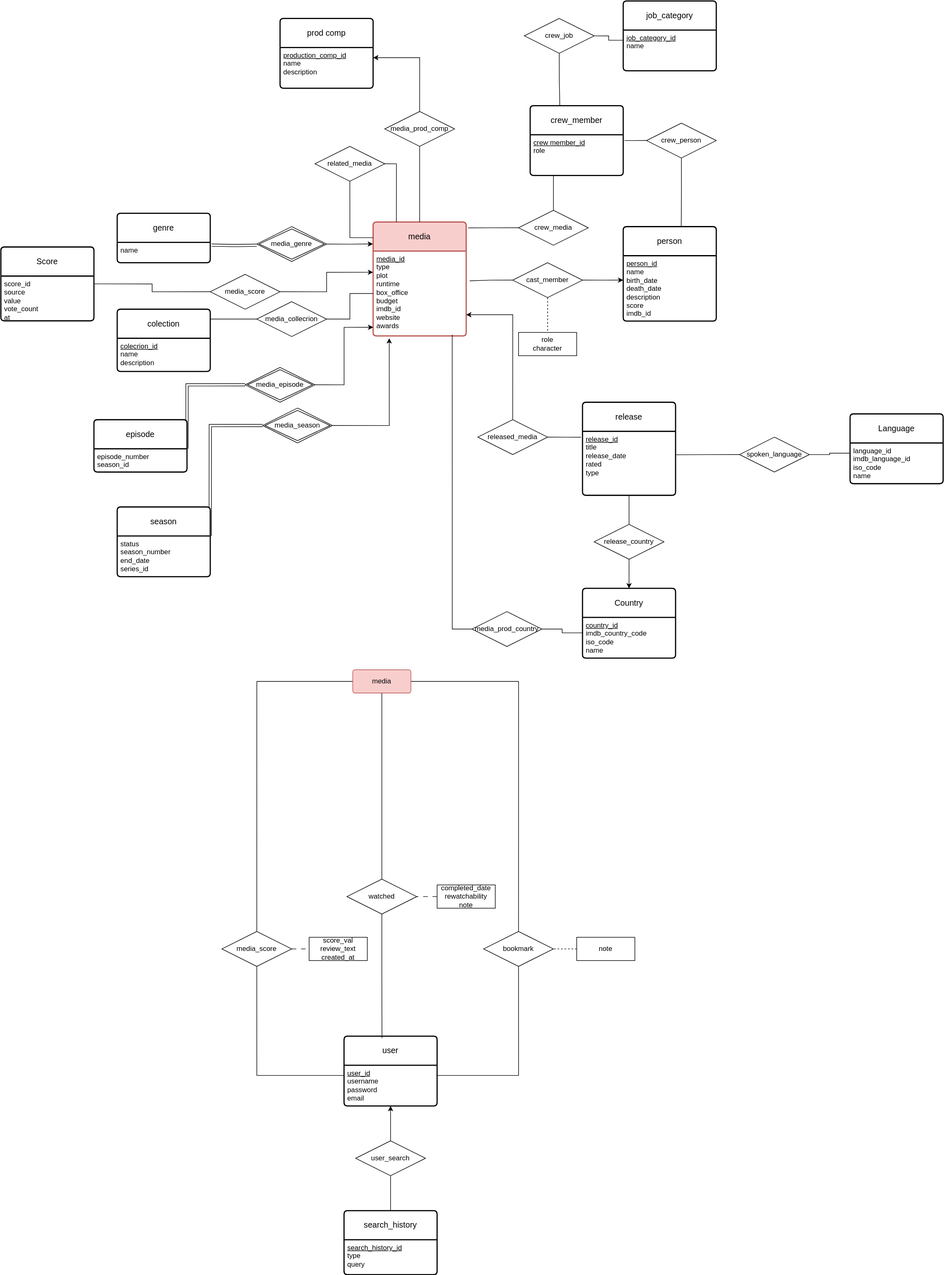
This is ER_diagram_handmade.drawio.svg from RUC-MSc-CS-CIT-2024/portfolio_subproject_1, a draw.io export, as it was before one commit. Source tidied: cells renumbered, new cells last; positions are measured from the earlier drawing's top-left corner, leaving out a move shared by most shapes.
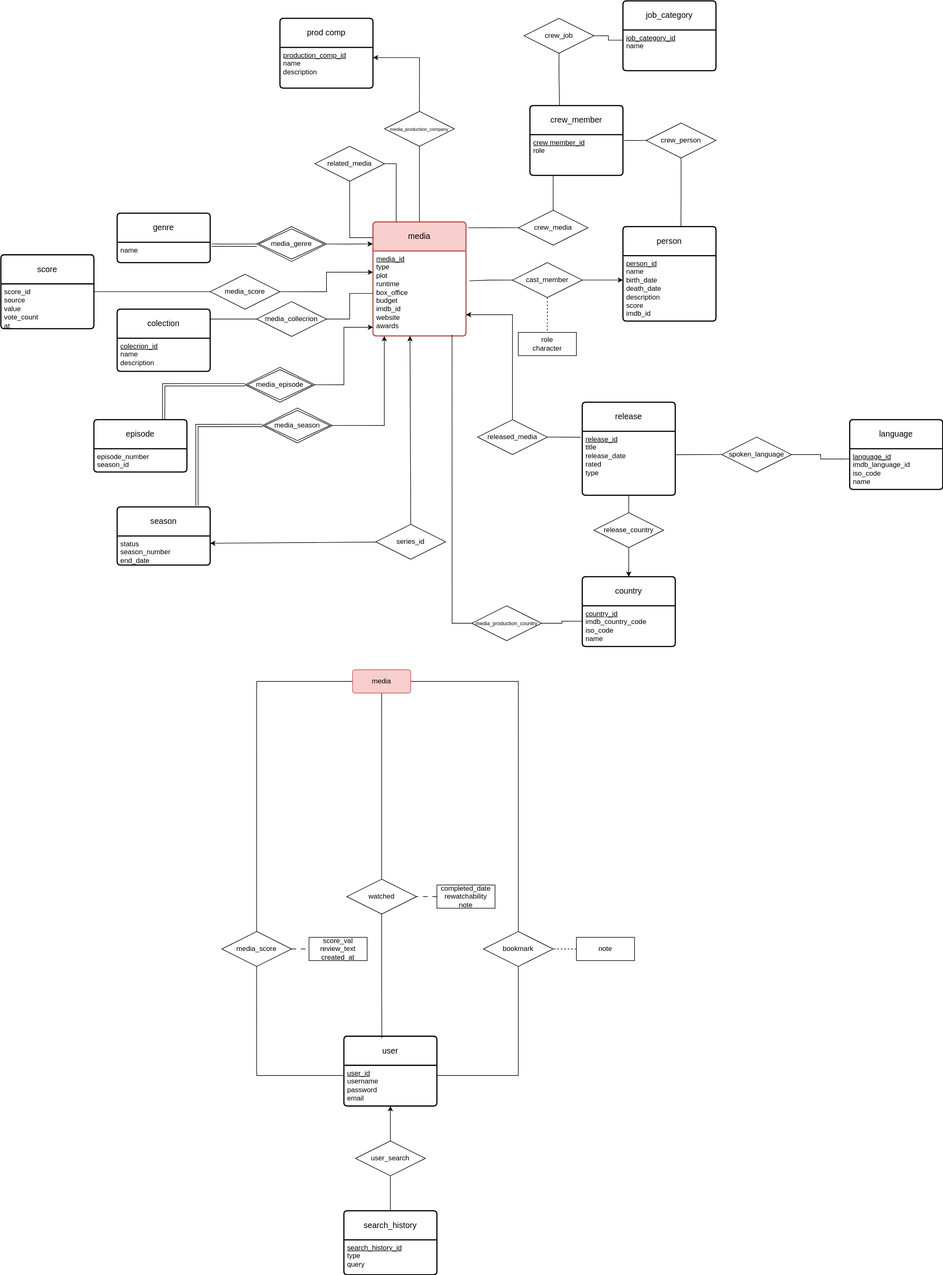
The same diagram one commit later.

Commit message:
Fixing of diagram, removing capital letters and adding a relation for series_id, renaming relations to match the correct names

The edit, as a diff of the source:
```diff
@@ -6,6 +6,10 @@
       <mxGeometry relative="1" as="geometry">
         <mxPoint x="440" y="420" as="sourcePoint" />
         <mxPoint x="362.6" y="419.8" as="targetPoint" />
+        <Array as="points">
+          <mxPoint x="380" y="420" />
+          <mxPoint x="380" y="420" />
+        </Array>
       </mxGeometry>
     </mxCell>
     <mxCell id="3" value="media_genre" style="shape=rhombus;double=1;perimeter=rhombusPerimeter;whiteSpace=wrap;html=1;align=center;" parent="1" vertex="1">
@@ -17,19 +21,19 @@
     <mxCell id="5" style="edgeStyle=orthogonalEdgeStyle;rounded=0;jettySize=auto;html=1;exitX=0;exitY=0.5;exitDx=0;exitDy=0;entryX=1;entryY=0;entryDx=0;entryDy=0;endArrow=none;endFill=0;" parent="1" edge="1" source="4" target="21">
       <mxGeometry relative="1" as="geometry" />
     </mxCell>
-    <mxCell id="6" style="edgeStyle=orthogonalEdgeStyle;rounded=0;jettySize=auto;html=1;exitX=0;exitY=0.5;exitDx=0;exitDy=0;entryX=1;entryY=0;entryDx=0;entryDy=0;endArrow=classic;endFill=1;shape=link;" parent="1" edge="1" source="7" target="25">
+    <mxCell id="6" style="edgeStyle=orthogonalEdgeStyle;rounded=0;jettySize=auto;html=1;exitX=0;exitY=0.5;exitDx=0;exitDy=0;entryX=0.75;entryY=0;entryDx=0;entryDy=0;endArrow=classic;endFill=1;shape=link;" parent="1" edge="1" source="7" target="24">
       <mxGeometry relative="1" as="geometry" />
     </mxCell>
     <mxCell id="7" value="media_episode" style="shape=rhombus;double=1;perimeter=rhombusPerimeter;whiteSpace=wrap;html=1;align=center;" parent="1" vertex="1">
       <mxGeometry x="420" y="630" width="120" height="60" as="geometry" />
     </mxCell>
-    <mxCell id="8" style="edgeStyle=orthogonalEdgeStyle;rounded=0;jettySize=auto;html=1;exitX=0;exitY=0.5;exitDx=0;exitDy=0;endArrow=classic;endFill=1;shape=link;entryX=1;entryY=0;entryDx=0;entryDy=0;" parent="1" edge="1" source="9" target="27">
+    <mxCell id="8" style="edgeStyle=orthogonalEdgeStyle;rounded=0;jettySize=auto;html=1;exitX=0;exitY=0.5;exitDx=0;exitDy=0;endArrow=classic;endFill=1;shape=link;entryX=0.858;entryY=-0.021;entryDx=0;entryDy=0;entryPerimeter=0;" parent="1" edge="1" source="9" target="26">
       <mxGeometry relative="1" as="geometry" />
     </mxCell>
     <mxCell id="9" value="&lt;div&gt;media_season&lt;/div&gt;" style="shape=rhombus;double=1;perimeter=rhombusPerimeter;whiteSpace=wrap;html=1;align=center;" parent="1" vertex="1">
       <mxGeometry x="450" y="700" width="120" height="60" as="geometry" />
     </mxCell>
-    <mxCell id="10" style="edgeStyle=orthogonalEdgeStyle;rounded=0;jettySize=auto;html=1;exitX=1;exitY=0.5;exitDx=0;exitDy=0;entryX=0.173;entryY=1.027;entryDx=0;entryDy=0;entryPerimeter=0;" parent="1" edge="1" source="9" target="16">
+    <mxCell id="10" style="edgeStyle=orthogonalEdgeStyle;rounded=0;jettySize=auto;html=1;exitX=1;exitY=0.5;exitDx=0;exitDy=0;entryX=0.122;entryY=1.001;entryDx=0;entryDy=0;entryPerimeter=0;" parent="1" edge="1" source="9" target="16">
       <mxGeometry relative="1" as="geometry" />
     </mxCell>
     <mxCell id="11" style="edgeStyle=orthogonalEdgeStyle;rounded=0;jettySize=auto;html=1;exitX=0;exitY=0.5;exitDx=0;exitDy=0;endArrow=none;endFill=0;entryX=1;entryY=0.5;entryDx=0;entryDy=0;" parent="1" edge="1" source="12" target="13">
@@ -38,8 +42,8 @@
     <mxCell id="12" value="media_score" style="shape=rhombus;perimeter=rhombusPerimeter;whiteSpace=wrap;html=1;align=center;" parent="1" vertex="1">
       <mxGeometry x="360" y="470" width="120" height="60" as="geometry" />
     </mxCell>
-    <mxCell id="13" value="Score" style="swimlane;horizontal=1;startSize=50;rounded=1;fontSize=14;fontStyle=0;strokeWidth=2;shadow=0;dashed=0;align=center;arcSize=4;whiteSpace=wrap;html=1;" parent="1" vertex="1">
-      <mxGeometry y="423" width="160" height="127" as="geometry" />
+    <mxCell id="13" value="score" style="swimlane;horizontal=1;startSize=50;rounded=1;fontSize=14;fontStyle=0;strokeWidth=2;shadow=0;dashed=0;align=center;arcSize=4;whiteSpace=wrap;html=1;" parent="1" vertex="1">
+      <mxGeometry y="436.5" width="160" height="127" as="geometry" />
     </mxCell>
     <mxCell id="14" value="score_id&lt;br&gt;source&lt;br&gt;&lt;div&gt;value&lt;/div&gt;&lt;div&gt;vote_count&lt;/div&gt;&lt;div&gt;at&lt;/div&gt;&lt;div&gt;&lt;br&gt;&lt;/div&gt;" style="align=left;strokeColor=none;fillColor=none;spacingLeft=4;fontSize=12;verticalAlign=top;html=1;" parent="13" vertex="1">
       <mxGeometry y="50" width="160" height="77" as="geometry" />
@@ -78,10 +82,10 @@
       <mxGeometry y="50" width="160" height="40" as="geometry" />
     </mxCell>
     <mxCell id="26" value="season" style="swimlane;horizontal=1;startSize=50;rounded=1;fontSize=14;fontStyle=0;strokeWidth=2;shadow=0;dashed=0;align=center;arcSize=4;whiteSpace=wrap;html=1;" parent="1" vertex="1">
-      <mxGeometry x="200" y="870" width="160" height="120" as="geometry" />
+      <mxGeometry x="200" y="870" width="160" height="100" as="geometry" />
     </mxCell>
-    <mxCell id="27" value="&lt;div&gt;status&lt;/div&gt;&lt;div&gt;season_number&lt;/div&gt;&lt;div&gt;end_date&lt;/div&gt;&lt;div&gt;series_id&lt;br&gt;&lt;/div&gt;" style="align=left;strokeColor=none;fillColor=none;spacingLeft=4;fontSize=12;verticalAlign=top;html=1;" parent="26" vertex="1">
-      <mxGeometry y="50" width="160" height="70" as="geometry" />
+    <mxCell id="27" value="&lt;div&gt;status&lt;/div&gt;&lt;div&gt;season_number&lt;/div&gt;&lt;div&gt;end_date&lt;/div&gt;&lt;div&gt;&lt;br&gt;&lt;/div&gt;" style="align=left;strokeColor=none;fillColor=none;spacingLeft=4;fontSize=12;verticalAlign=top;html=1;" parent="26" vertex="1">
+      <mxGeometry y="50" width="160" height="50" as="geometry" />
     </mxCell>
     <mxCell id="28" style="edgeStyle=orthogonalEdgeStyle;rounded=0;jettySize=auto;html=1;exitX=1;exitY=0.5;exitDx=0;exitDy=0;entryX=0.001;entryY=0.898;entryDx=0;entryDy=0;entryPerimeter=0;" parent="1" edge="1" source="7" target="16">
       <mxGeometry relative="1" as="geometry" />
@@ -107,7 +111,7 @@
     <mxCell id="35" style="edgeStyle=orthogonalEdgeStyle;rounded=0;jettySize=auto;html=1;exitX=0.5;exitY=0;exitDx=0;exitDy=0;entryX=1;entryY=0.25;entryDx=0;entryDy=0;" parent="1" edge="1" source="36" target="30">
       <mxGeometry relative="1" as="geometry" />
     </mxCell>
-    <mxCell id="36" value="media_prod_comp" style="shape=rhombus;perimeter=rhombusPerimeter;whiteSpace=wrap;html=1;align=center;" parent="1" vertex="1">
+    <mxCell id="36" value="&lt;font style=&quot;font-size: 8px;&quot;&gt;media_production_company&lt;/font&gt;" style="shape=rhombus;perimeter=rhombusPerimeter;whiteSpace=wrap;html=1;align=center;" parent="1" vertex="1">
       <mxGeometry x="660" y="190" width="120" height="60" as="geometry" />
     </mxCell>
     <mxCell id="37" value="person" style="swimlane;horizontal=1;startSize=50;rounded=1;fontSize=14;fontStyle=0;strokeWidth=2;shadow=0;dashed=0;align=center;arcSize=4;whiteSpace=wrap;html=1;" parent="1" vertex="1">
@@ -191,14 +195,14 @@
     <mxCell id="61" style="edgeStyle=orthogonalEdgeStyle;rounded=0;jettySize=auto;html=1;exitX=1;exitY=0.5;exitDx=0;exitDy=0;entryX=-0.017;entryY=0.093;entryDx=0;entryDy=0;entryPerimeter=0;endArrow=none;endFill=0;" parent="1" edge="1" source="59" target="58">
       <mxGeometry relative="1" as="geometry" />
     </mxCell>
-    <mxCell id="62" value="media_prod_country" style="shape=rhombus;perimeter=rhombusPerimeter;whiteSpace=wrap;html=1;align=center;" parent="1" vertex="1">
-      <mxGeometry x="810" y="1050" width="120" height="60" as="geometry" />
+    <mxCell id="62" value="&lt;font style=&quot;font-size: 9px;&quot;&gt;media_production_country&lt;/font&gt;" style="shape=rhombus;perimeter=rhombusPerimeter;whiteSpace=wrap;html=1;align=center;" parent="1" vertex="1">
+      <mxGeometry x="810" y="1040" width="120" height="60" as="geometry" />
     </mxCell>
     <mxCell id="63" style="edgeStyle=orthogonalEdgeStyle;rounded=0;jettySize=auto;html=1;exitX=0;exitY=0.5;exitDx=0;exitDy=0;entryX=0.85;entryY=0.986;entryDx=0;entryDy=0;entryPerimeter=0;endArrow=none;endFill=0;" parent="1" edge="1" source="62" target="16">
       <mxGeometry relative="1" as="geometry" />
     </mxCell>
-    <mxCell id="64" value="Country" style="swimlane;horizontal=1;startSize=50;rounded=1;fontSize=14;fontStyle=0;strokeWidth=2;shadow=0;dashed=0;align=center;arcSize=4;whiteSpace=wrap;html=1;" parent="1" vertex="1">
-      <mxGeometry x="1000" y="1010" width="160" height="120" as="geometry" />
+    <mxCell id="64" value="country" style="swimlane;horizontal=1;startSize=50;rounded=1;fontSize=14;fontStyle=0;strokeWidth=2;shadow=0;dashed=0;align=center;arcSize=4;whiteSpace=wrap;html=1;" parent="1" vertex="1">
+      <mxGeometry x="1000" y="990" width="160" height="120" as="geometry" />
     </mxCell>
     <mxCell id="65" value="&lt;div&gt;&lt;u&gt;country_id&lt;/u&gt;&lt;br&gt;&lt;/div&gt;&lt;div&gt;imdb_country_code&lt;/div&gt;&lt;div&gt;iso_code&lt;/div&gt;&lt;div&gt;name&lt;br&gt;&lt;/div&gt;" style="align=left;strokeColor=none;fillColor=none;spacingLeft=4;fontSize=12;verticalAlign=top;html=1;" parent="64" vertex="1">
       <mxGeometry y="50" width="160" height="70" as="geometry" />
@@ -213,19 +217,19 @@
       <mxGeometry relative="1" as="geometry" />
     </mxCell>
     <mxCell id="69" value="release_country" style="shape=rhombus;perimeter=rhombusPerimeter;whiteSpace=wrap;html=1;align=center;" parent="1" vertex="1">
-      <mxGeometry x="1020" y="900" width="120" height="60" as="geometry" />
+      <mxGeometry x="1020" y="880" width="120" height="60" as="geometry" />
     </mxCell>
-    <mxCell id="70" value="Language" style="swimlane;horizontal=1;startSize=50;rounded=1;fontSize=14;fontStyle=0;strokeWidth=2;shadow=0;dashed=0;align=center;arcSize=4;whiteSpace=wrap;html=1;" parent="1" vertex="1">
-      <mxGeometry x="1460" y="710" width="160" height="120" as="geometry" />
+    <mxCell id="70" value="language" style="swimlane;horizontal=1;startSize=50;rounded=1;fontSize=14;fontStyle=0;strokeWidth=2;shadow=0;dashed=0;align=center;arcSize=4;whiteSpace=wrap;html=1;" parent="1" vertex="1">
+      <mxGeometry x="1460" y="720" width="160" height="120" as="geometry" />
     </mxCell>
-    <mxCell id="71" value="&lt;div&gt;language_id&lt;/div&gt;&lt;div&gt;imdb_language_id&lt;/div&gt;&lt;div&gt;iso_code&lt;/div&gt;&lt;div&gt;name&lt;br&gt;&lt;/div&gt;" style="align=left;strokeColor=none;fillColor=none;spacingLeft=4;fontSize=12;verticalAlign=top;html=1;" parent="70" vertex="1">
+    <mxCell id="71" value="&lt;div&gt;&lt;u&gt;language_id&lt;/u&gt;&lt;/div&gt;&lt;div&gt;imdb_language_id&lt;/div&gt;&lt;div&gt;iso_code&lt;/div&gt;&lt;div&gt;name&lt;br&gt;&lt;/div&gt;" style="align=left;strokeColor=none;fillColor=none;spacingLeft=4;fontSize=12;verticalAlign=top;html=1;" parent="70" vertex="1">
       <mxGeometry y="50" width="160" height="70" as="geometry" />
     </mxCell>
     <mxCell id="72" style="edgeStyle=orthogonalEdgeStyle;rounded=0;jettySize=auto;html=1;entryX=0;entryY=0.25;entryDx=0;entryDy=0;endArrow=none;endFill=0;" parent="1" edge="1" source="73" target="71">
       <mxGeometry relative="1" as="geometry" />
     </mxCell>
     <mxCell id="73" value="spoken_language" style="shape=rhombus;perimeter=rhombusPerimeter;whiteSpace=wrap;html=1;align=center;" parent="1" vertex="1">
-      <mxGeometry x="1270" y="750" width="120" height="60" as="geometry" />
+      <mxGeometry x="1240" y="750" width="120" height="60" as="geometry" />
     </mxCell>
     <mxCell id="74" style="edgeStyle=orthogonalEdgeStyle;rounded=0;jettySize=auto;html=1;exitX=0;exitY=0.5;exitDx=0;exitDy=0;entryX=1.006;entryY=0.366;entryDx=0;entryDy=0;entryPerimeter=0;endArrow=none;endFill=0;" parent="1" edge="1" source="73" target="58">
       <mxGeometry relative="1" as="geometry" />
@@ -299,5 +303,14 @@
     <mxCell id="97" value="&lt;div&gt;score_val&lt;/div&gt;&lt;div&gt;review_text&lt;/div&gt;&lt;div&gt;created_at&lt;br&gt;&lt;/div&gt;" style="whiteSpace=wrap;html=1;align=center;" parent="1" vertex="1">
       <mxGeometry x="530" y="1610" width="100" height="40" as="geometry" />
     </mxCell>
+    <mxCell id="98" style="edgeStyle=none;html=1;entryX=1;entryY=0.25;entryDx=0;entryDy=0;" parent="1" edge="1" source="100" target="27">
+      <mxGeometry relative="1" as="geometry" />
+    </mxCell>
+    <mxCell id="99" style="edgeStyle=none;html=1;exitX=0.5;exitY=0;exitDx=0;exitDy=0;entryX=0.398;entryY=1.001;entryDx=0;entryDy=0;entryPerimeter=0;" parent="1" edge="1" source="100" target="16">
+      <mxGeometry relative="1" as="geometry" />
+    </mxCell>
+    <mxCell id="100" value="&lt;div&gt;series_id&lt;/div&gt;" style="shape=rhombus;perimeter=rhombusPerimeter;whiteSpace=wrap;html=1;align=center;" parent="1" vertex="1">
+      <mxGeometry x="645" y="900" width="120" height="60" as="geometry" />
+    </mxCell>
   </root>
 </mxGraphModel>
```
